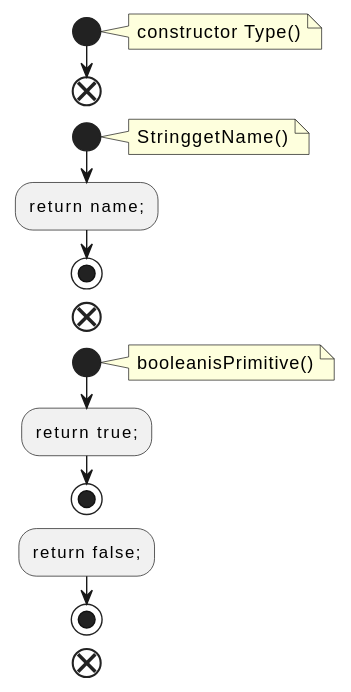
qualitesys/kafka keeps this PlantUML diagram as docs/qc/connect/api/src/main/java/org/apache/kafka/connect/data/Schema.java.fct.svg. Above is the earlier version.
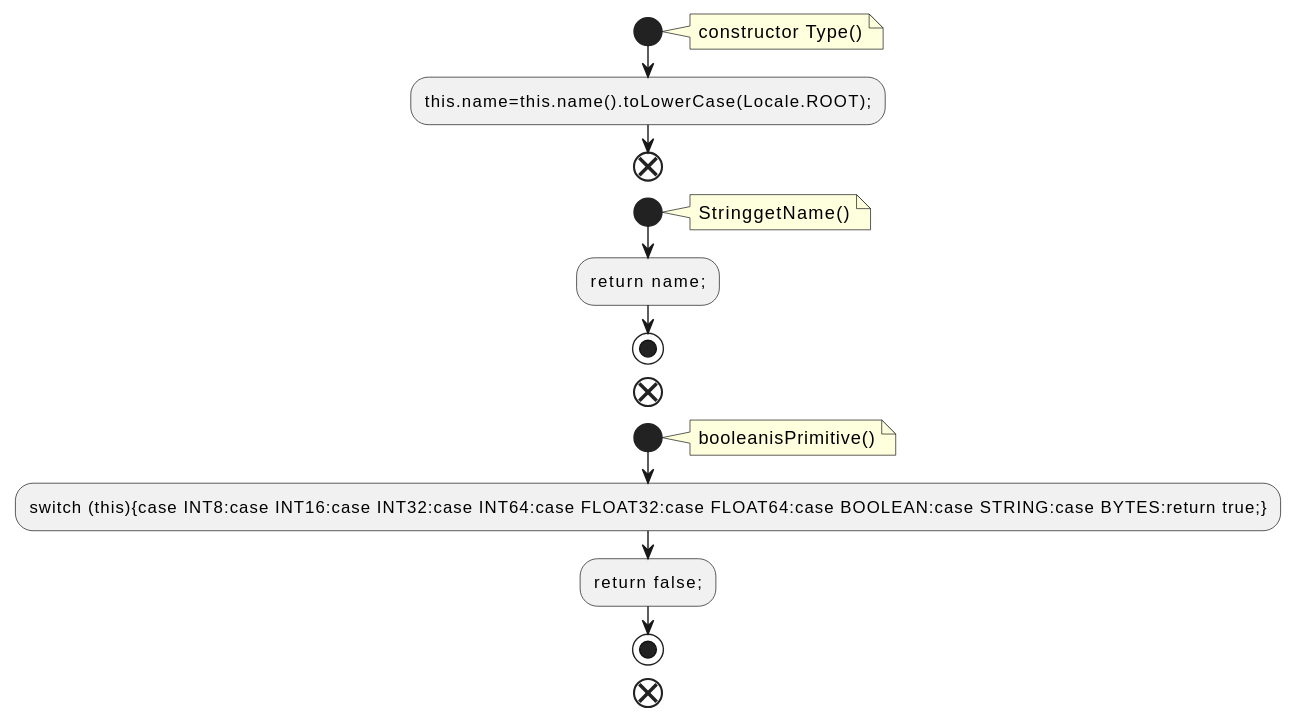
Above is the later version.

Change to the diagram source:
```diff
@@ -4,6 +4,7 @@
 note right
 constructor Type()
 end note
+:this.name=this.name().toLowerCase(Locale.ROOT);;
 end
 start
 note right
@@ -16,8 +17,7 @@
 note right
 booleanisPrimitive()
 end note
-:return true;;
-stop
+:switch (this){case INT8:case INT16:case INT32:case INT64:case FLOAT32:case FLOAT64:case BOOLEAN:case STRING:case BYTES:return true;};
 :return false;;
 stop
 end
```
